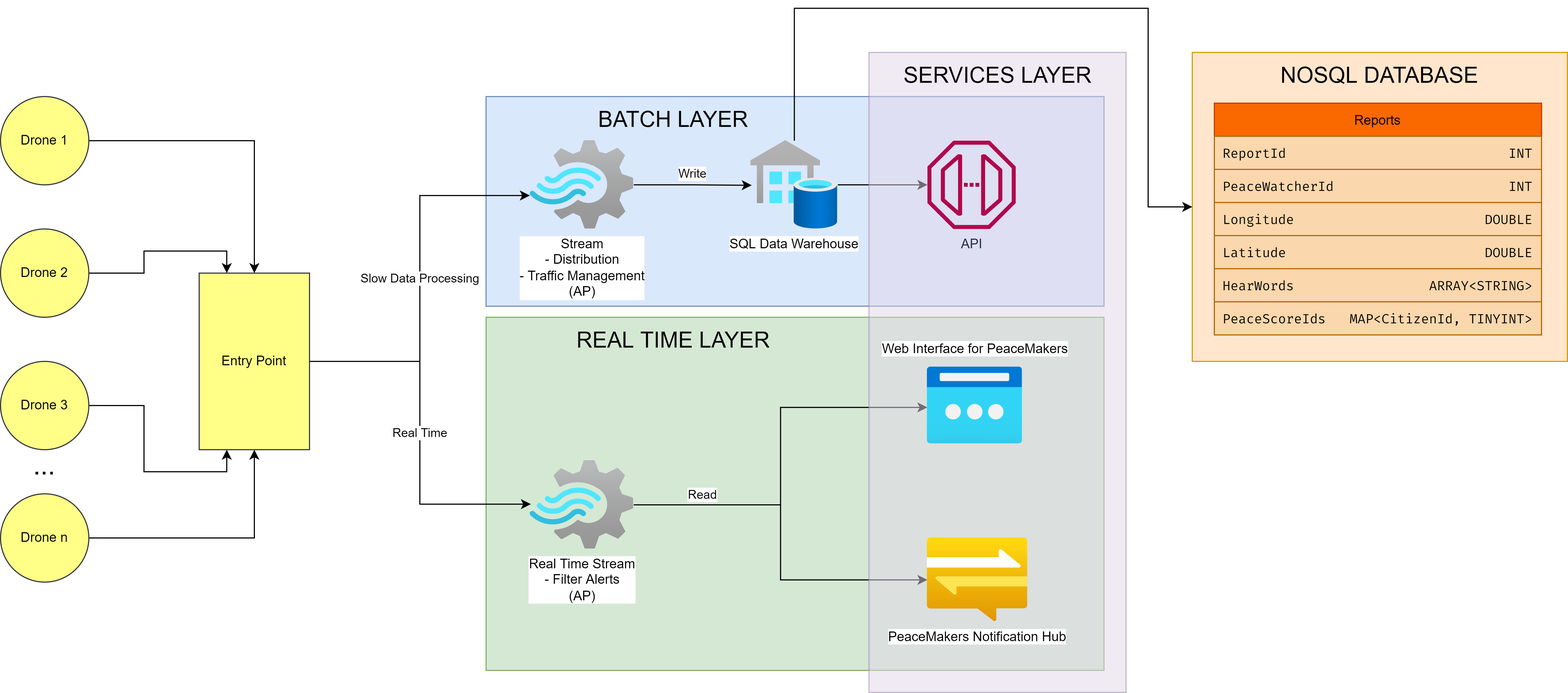
Above: ressources/architecture.png in Timelessprod/Stream-reader (draw.io), before the change. Source tidied: cells renumbered, new cells last; positions are measured from the earlier drawing's top-left corner, leaving out a move shared by most shapes.
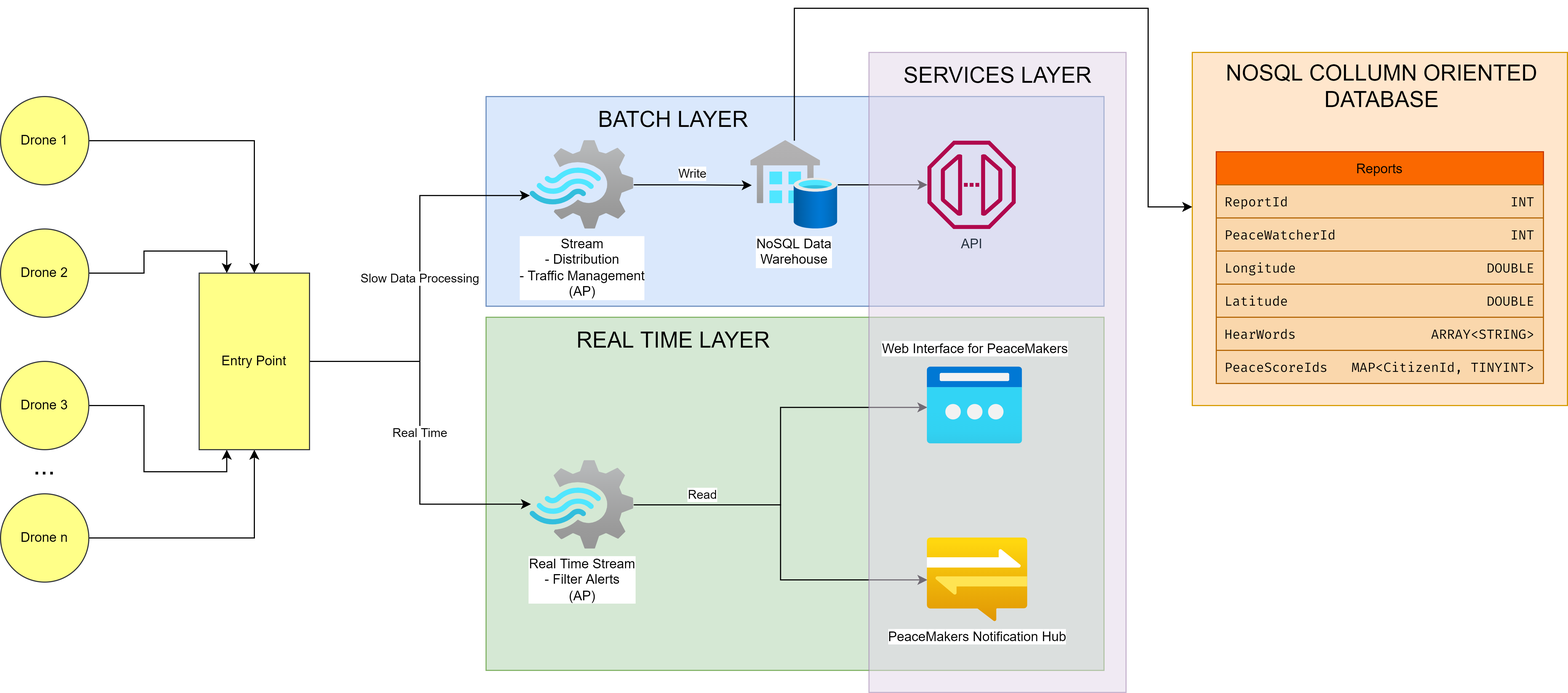
Above is the later version.

The edit, as a diff of the source:
```diff
@@ -9,7 +9,7 @@
       <mxGeometry x="440" y="280" width="560" height="320" as="geometry" />
     </mxCell>
     <mxCell id="4" style="whiteSpace=wrap;html=1;fontFamily=Helvetica;fillColor=#ffe6cc;strokeColor=#d79b00;" parent="1" vertex="1">
-      <mxGeometry x="1080" y="40" width="340" height="280" as="geometry" />
+      <mxGeometry x="1080" y="40" width="340" height="320" as="geometry" />
     </mxCell>
     <mxCell id="5" style="edgeStyle=orthogonalEdgeStyle;rounded=0;jettySize=auto;html=1;entryX=0.5;entryY=0;entryDx=0;entryDy=0;fontFamily=Helvetica;" parent="1" edge="1" source="6" target="15">
       <mxGeometry relative="1" as="geometry" />
@@ -65,11 +65,11 @@
     <mxCell id="20" style="edgeStyle=orthogonalEdgeStyle;rounded=0;jettySize=auto;html=1;fontFamily=Helvetica;fontSize=12;" parent="1" edge="1" source="21" target="34">
       <mxGeometry relative="1" as="geometry" />
     </mxCell>
-    <mxCell id="21" value="SQL Data Warehouse" style="html=1;points=[];align=center;image;fontSize=12;image=img/lib/azure2/databases/SQL_Data_Warehouses.svg;fontFamily=Helvetica;" parent="1" vertex="1">
+    <mxCell id="21" value="NoSQL Data&lt;br&gt;Warehouse" style="html=1;points=[];align=center;image;fontSize=12;image=img/lib/azure2/databases/SQL_Data_Warehouses.svg;fontFamily=Helvetica;" parent="1" vertex="1">
       <mxGeometry x="680" y="120" width="78.8" height="80" as="geometry" />
     </mxCell>
     <mxCell id="22" value="Reports" style="swimlane;fontStyle=0;horizontal=1;startSize=30;fontFamily=Helvetica;fillColor=#fa6800;fontColor=#000000;strokeColor=#C73500;" parent="1" vertex="1">
-      <mxGeometry x="1100" y="86" width="296.5" height="210" as="geometry" />
+      <mxGeometry x="1101.8" y="130" width="296.5" height="210" as="geometry" />
     </mxCell>
     <mxCell id="23" value="ReportId                            INT" style="text;strokeColor=#b46504;fillColor=#fad7ac;align=center;verticalAlign=middle;spacingLeft=4;spacingRight=4;overflow=hidden;fontFamily=Fira Code;fontSource=https%3A%2F%2Ffonts.googleapis.com%2Fcss%3Ffamily%3DFira%2BCode;" parent="22" vertex="1">
       <mxGeometry y="30" width="296.5" height="30" as="geometry" />
@@ -98,8 +98,8 @@
     <mxCell id="31" value="Stream&lt;br&gt;- Distribution&lt;br&gt;- Traffic Management&lt;br&gt;(AP)" style="html=1;points=[];align=center;image;fontSize=12;image=img/lib/azure2/iot/Stream_Analytics_Jobs.svg;fontFamily=Helvetica;" parent="1" vertex="1">
       <mxGeometry x="480" y="120" width="93.8" height="80" as="geometry" />
     </mxCell>
-    <mxCell id="32" value="NOSQL DATABASE" style="text;html=1;strokeColor=none;fillColor=none;align=center;verticalAlign=middle;whiteSpace=wrap;rounded=0;fontFamily=Helvetica;fontSize=20;" parent="1" vertex="1">
-      <mxGeometry x="1100" y="50" width="300" height="20" as="geometry" />
+    <mxCell id="32" value="NOSQL COLLUMN ORIENTED DATABASE" style="text;html=1;strokeColor=none;fillColor=none;align=center;verticalAlign=middle;whiteSpace=wrap;rounded=0;fontFamily=Helvetica;fontSize=20;" parent="1" vertex="1">
+      <mxGeometry x="1101.8" y="60" width="300" height="20" as="geometry" />
     </mxCell>
     <mxCell id="33" value="REAL TIME LAYER" style="text;html=1;strokeColor=none;fillColor=none;align=center;verticalAlign=middle;whiteSpace=wrap;rounded=0;fontFamily=Helvetica;fontSize=20;" parent="1" vertex="1">
       <mxGeometry x="440" y="290" width="340" height="20" as="geometry" />
```
